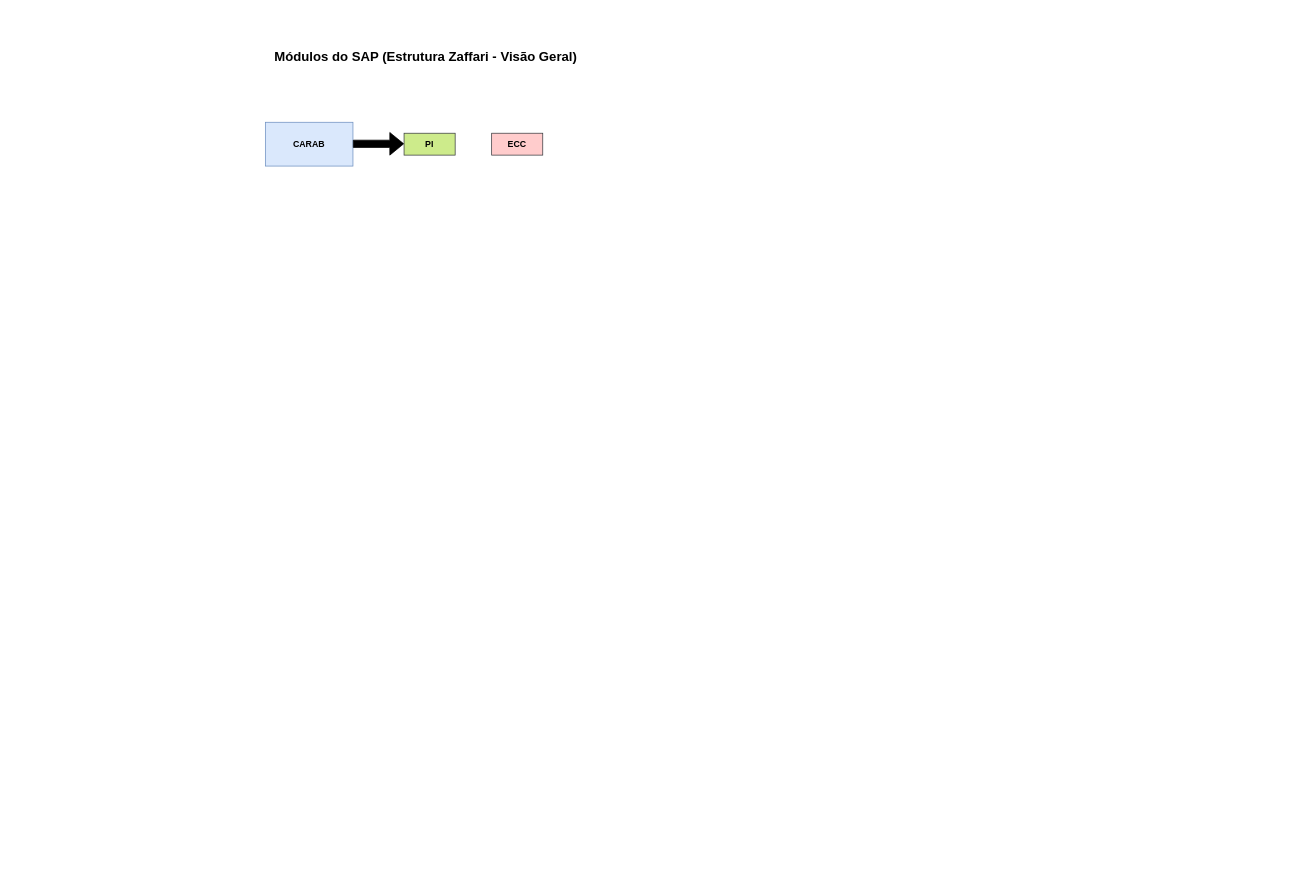
The draw.io diagram modulos_sap.drawio in cferrugem/drawio, before the edit. Source tidied: cells renumbered, new cells numbered last; positions are measured from the earlier drawing's top-left corner, leaving out a move shared by most shapes. Both pictures are drawn from the tidied source at 73%, with x=0, y=0 at pixel (265, 42).
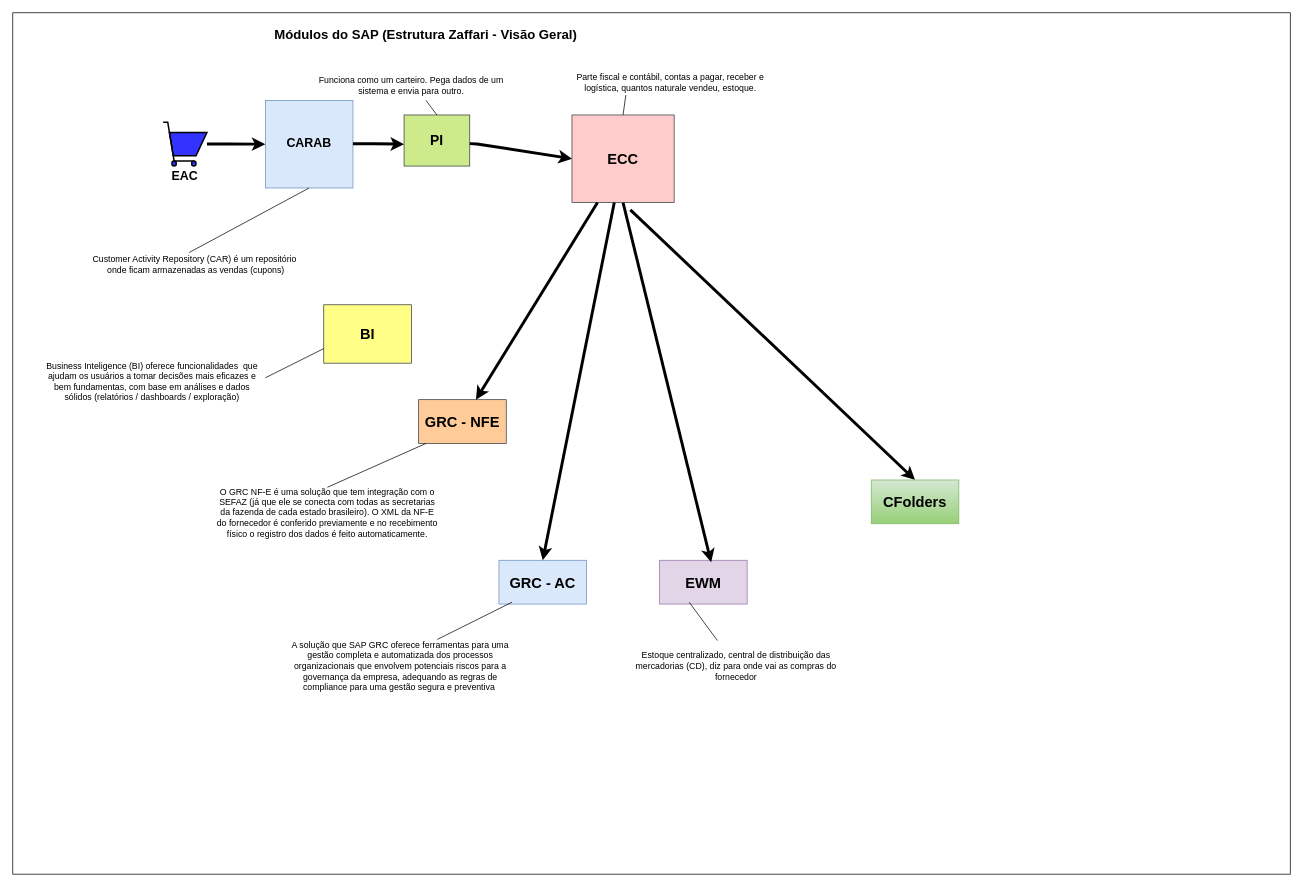
The same diagram, later.

Change to the diagram source:
```diff
@@
+    <mxCell id="7" style="rounded=0;whiteSpace=wrap;html=1;" parent="1" vertex="1">
+      <mxGeometry x="-346" y="-40" width="1750" height="1180" as="geometry" />
+    </mxCell>
     <mxCell id="2" value="Módulos do SAP (Estrutura Zaffari - Visão Geral)" style="text;html=1;align=center;verticalAlign=middle;whiteSpace=wrap;rounded=0;fontStyle=1;fontSize=18;" parent="1" vertex="1">
-      <mxGeometry x="10" width="420" height="40" as="geometry" />
+      <mxGeometry x="10" y="-30" width="420" height="40" as="geometry" />
     </mxCell>
-    <mxCell id="3" value="CARAB" style="rounded=0;whiteSpace=wrap;html=1;fillColor=#dae8fc;strokeColor=#6c8ebf;fontStyle=1;" parent="1" vertex="1">
-      <mxGeometry y="110" width="120" height="60" as="geometry" />
+    <mxCell id="3" value="CARAB" style="rounded=0;whiteSpace=wrap;html=1;fillColor=#dae8fc;strokeColor=#6c8ebf;fontStyle=1;fontSize=17;" parent="1" vertex="1">
+      <mxGeometry y="80" width="120" height="120" as="geometry" />
     </mxCell>
-    <mxCell id="4" style="shape=flexArrow;endArrow=classic;html=1;rounded=0;fontColor=#000000;labelBackgroundColor=#000000;fillColor=#000000;" parent="1" edge="1">
-      <mxGeometry relative="1" as="geometry">
-        <mxPoint x="120" y="139.5" as="sourcePoint" />
-        <mxPoint x="190" y="139.5" as="targetPoint" />
-      </mxGeometry>
-    </mxCell>
-    <mxCell id="5" value="&lt;b&gt;PI&lt;/b&gt;" style="rounded=0;whiteSpace=wrap;html=1;fillColor=#cdeb8b;strokeColor=#36393d;" parent="1" vertex="1">
-      <mxGeometry x="190" y="125" width="70" height="30" as="geometry" />
+    <mxCell id="5" value="&lt;b style=&quot;font-size: 19px;&quot;&gt;PI&lt;/b&gt;" style="rounded=0;whiteSpace=wrap;html=1;fillColor=#cdeb8b;strokeColor=#36393d;fontSize=19;" parent="1" vertex="1">
+      <mxGeometry x="190" y="100" width="90" height="70" as="geometry" />
     </mxCell>
-    <mxCell id="6" value="&lt;b&gt;ECC&lt;/b&gt;" style="rounded=0;whiteSpace=wrap;html=1;fillColor=#ffcccc;strokeColor=#36393d;" parent="1" vertex="1">
-      <mxGeometry x="310" y="125" width="70" height="30" as="geometry" />
+    <mxCell id="6" value="&lt;span style=&quot;font-size: 20px;&quot;&gt;ECC&lt;/span&gt;" style="rounded=0;whiteSpace=wrap;html=1;fillColor=#ffcccc;strokeColor=#36393d;fontStyle=1;fontSize=20;" parent="1" vertex="1">
+      <mxGeometry x="420" y="100" width="140" height="120" as="geometry" />
     </mxCell>
+    <mxCell id="8" style="html=1;verticalLabelPosition=bottom;align=center;labelBackgroundColor=#9AC7BF;verticalAlign=top;strokeWidth=2;strokeColor=#000000;shadow=0;dashed=0;shape=mxgraph.ios7.icons.shopping_cart;fillColor=#3333FF;" parent="1" vertex="1">
+      <mxGeometry x="-140" y="110" width="60" height="60" as="geometry" />
+    </mxCell>
+    <mxCell id="9" style="endArrow=classic;html=1;rounded=0;fontColor=#000000;labelBackgroundColor=#000000;fillColor=#000000;endWidth=13.11111111111111;strokeWidth=4;entryX=0;entryY=0.5;entryDx=0;entryDy=0;" parent="1" edge="1" target="3">
+      <mxGeometry relative="1" as="geometry">
+        <mxPoint x="-80" y="139.8" as="sourcePoint" />
+        <Array as="points">
+          <mxPoint x="-50" y="139.8" />
+        </Array>
+      </mxGeometry>
+    </mxCell>
+    <mxCell id="10" value="EAC" style="text;html=1;align=center;verticalAlign=middle;whiteSpace=wrap;rounded=0;fontStyle=1;fontSize=17;" parent="1" vertex="1">
+      <mxGeometry x="-140" y="170" width="60" height="30" as="geometry" />
+    </mxCell>
+    <mxCell id="11" style="endArrow=classic;html=1;rounded=0;fontColor=#000000;labelBackgroundColor=#000000;fillColor=#000000;endWidth=13.11111111111111;strokeWidth=4;" parent="1" edge="1">
+      <mxGeometry relative="1" as="geometry">
+        <mxPoint x="120" y="139.5" as="sourcePoint" />
+        <mxPoint x="190" y="140" as="targetPoint" />
+        <Array as="points">
+          <mxPoint x="150" y="139.5" />
+        </Array>
+      </mxGeometry>
+    </mxCell>
+    <mxCell id="12" style="endArrow=classic;html=1;rounded=0;fontColor=#000000;labelBackgroundColor=#000000;fillColor=#000000;endWidth=13.11111111111111;strokeWidth=4;entryX=0;entryY=0.5;entryDx=0;entryDy=0;exitX=1.001;exitY=0.561;exitDx=0;exitDy=0;exitPerimeter=0;" parent="1" edge="1" source="5" target="6">
+      <mxGeometry relative="1" as="geometry">
+        <Array as="points">
+          <mxPoint x="290" y="139.7" />
+        </Array>
+      </mxGeometry>
+    </mxCell>
+    <mxCell id="13" style="endArrow=none;html=1;rounded=0;exitX=0.5;exitY=0;exitDx=0;exitDy=0;" parent="1" edge="1" source="5">
+      <mxGeometry relative="1" as="geometry">
+        <mxPoint x="220" y="80" as="targetPoint" />
+      </mxGeometry>
+    </mxCell>
+    <mxCell id="14" value="Funciona como um carteiro. Pega dados de um sistema e envia para outro." style="text;html=1;align=center;verticalAlign=middle;whiteSpace=wrap;rounded=0;" parent="1" vertex="1">
+      <mxGeometry x="70" y="40" width="260" height="40" as="geometry" />
+    </mxCell>
+    <mxCell id="15" value="Customer Activity Repository (CAR) é um repositório&amp;nbsp; onde ficam armazenadas as vendas (cupons)" style="text;html=1;align=center;verticalAlign=middle;whiteSpace=wrap;rounded=0;" parent="1" vertex="1">
+      <mxGeometry x="-240" y="290" width="290" height="30" as="geometry" />
+    </mxCell>
+    <mxCell id="16" style="endArrow=none;html=1;rounded=0;entryX=0.5;entryY=1;entryDx=0;entryDy=0;exitX=0.468;exitY=-0.054;exitDx=0;exitDy=0;exitPerimeter=0;" parent="1" edge="1" source="15" target="3">
+      <mxGeometry relative="1" as="geometry" />
+    </mxCell>
+    <mxCell id="17" value="Parte fiscal e contábil, contas a pagar, receber e logística, quantos naturale vendeu, estoque." style="text;html=1;align=center;verticalAlign=middle;whiteSpace=wrap;rounded=0;" parent="1" vertex="1">
+      <mxGeometry x="410" y="40" width="290" height="30" as="geometry" />
+    </mxCell>
+    <mxCell id="18" style="endArrow=none;html=1;rounded=0;exitX=0.289;exitY=1.09;exitDx=0;exitDy=0;exitPerimeter=0;entryX=0.5;entryY=0;entryDx=0;entryDy=0;" parent="1" edge="1" source="17" target="6">
+      <mxGeometry relative="1" as="geometry" />
+    </mxCell>
+    <mxCell id="19" value="BI" style="rounded=0;whiteSpace=wrap;html=1;fillColor=#ffff88;strokeColor=#36393d;fontStyle=1;fontSize=20;" parent="1" vertex="1">
+      <mxGeometry x="80" y="360" width="120" height="80" as="geometry" />
+    </mxCell>
+    <mxCell id="20" style="endArrow=none;html=1;rounded=0;entryX=0;entryY=0.75;entryDx=0;entryDy=0;" parent="1" edge="1" target="19">
+      <mxGeometry relative="1" as="geometry">
+        <mxPoint y="460" as="sourcePoint" />
+      </mxGeometry>
+    </mxCell>
+    <mxCell id="21" value="Business Inteligence (BI) oferece funcionalidades&amp;nbsp; que ajudam os usuários a tomar decisões mais eficazes e bem fundamentas, com base em análises e dados sólidos (relatórios / dashboards / exploração)" style="text;html=1;align=center;verticalAlign=middle;whiteSpace=wrap;rounded=0;" parent="1" vertex="1">
+      <mxGeometry x="-310" y="430" width="310" height="70" as="geometry" />
+    </mxCell>
+    <mxCell id="22" value="GRC - NFE" style="rounded=0;whiteSpace=wrap;html=1;fillColor=#ffcc99;strokeColor=#36393d;fontStyle=1;fontSize=20;" parent="1" vertex="1">
+      <mxGeometry x="210" y="490" width="120" height="60" as="geometry" />
+    </mxCell>
+    <mxCell id="23" value="O GRC NF-E é uma solução que tem integração com o SEFAZ (já que ele se conecta com todas as secretarias da fazenda de cada estado brasileiro). O XML da NF-E do fornecedor é conferido previamente e no recebimento físico o registro dos dados é feito automaticamente." style="text;html=1;align=center;verticalAlign=middle;whiteSpace=wrap;rounded=0;" parent="1" vertex="1">
+      <mxGeometry x="-70" y="610" width="310" height="70" as="geometry" />
+    </mxCell>
+    <mxCell id="24" style="endArrow=none;html=1;rounded=0;entryX=0.083;entryY=1;entryDx=0;entryDy=0;exitX=0.5;exitY=0;exitDx=0;exitDy=0;entryPerimeter=0;" parent="1" edge="1" source="23" target="22">
+      <mxGeometry relative="1" as="geometry" />
+    </mxCell>
+    <mxCell id="25" value="GRC - AC" style="rounded=0;whiteSpace=wrap;html=1;fillColor=#dae8fc;strokeColor=#6c8ebf;fontStyle=1;fontSize=20;" parent="1" vertex="1">
+      <mxGeometry x="320" y="710" width="120" height="60" as="geometry" />
+    </mxCell>
+    <mxCell id="26" value="A solução que SAP GRC oferece ferramentas para uma gestão completa e automatizada dos processos organizacionais que envolvem potenciais riscos para a governança da empresa, adequando as regras de compliance para uma gestão segura e preventiva&amp;nbsp;" style="text;html=1;align=center;verticalAlign=middle;whiteSpace=wrap;rounded=0;" parent="1" vertex="1">
+      <mxGeometry x="30" y="820" width="310" height="70" as="geometry" />
+    </mxCell>
+    <mxCell id="27" style="endArrow=none;html=1;rounded=0;entryX=0.15;entryY=0.956;entryDx=0;entryDy=0;entryPerimeter=0;exitX=0.663;exitY=-0.022;exitDx=0;exitDy=0;exitPerimeter=0;" parent="1" edge="1" source="26" target="25">
+      <mxGeometry relative="1" as="geometry" />
+    </mxCell>
+    <mxCell id="28" style="endArrow=classic;html=1;rounded=0;fontColor=#000000;labelBackgroundColor=#000000;fillColor=#000000;endWidth=13.11111111111111;strokeWidth=4;exitX=0.25;exitY=1;exitDx=0;exitDy=0;" parent="1" edge="1" source="6" target="22">
+      <mxGeometry relative="1" as="geometry" />
+    </mxCell>
+    <mxCell id="29" style="endArrow=classic;html=1;rounded=0;fontColor=#000000;labelBackgroundColor=#000000;fillColor=#000000;endWidth=13.11111111111111;strokeWidth=4;entryX=0.5;entryY=0;entryDx=0;entryDy=0;" parent="1" edge="1" source="6" target="25">
+      <mxGeometry relative="1" as="geometry" />
+    </mxCell>
+    <mxCell id="30" value="EWM" style="rounded=0;whiteSpace=wrap;html=1;fillColor=#e1d5e7;strokeColor=#9673a6;fontStyle=1;fontSize=20;" parent="1" vertex="1">
+      <mxGeometry x="540" y="710" width="120" height="60" as="geometry" />
+    </mxCell>
+    <mxCell id="31" style="edgeStyle=orthogonalEdgeStyle;rounded=0;orthogonalLoop=1;jettySize=auto;html=1;exitX=0.5;exitY=1;exitDx=0;exitDy=0;" parent="1" edge="1" source="25" target="25">
+      <mxGeometry relative="1" as="geometry" />
+    </mxCell>
+    <mxCell id="32" style="endArrow=classic;html=1;rounded=0;fontColor=#000000;labelBackgroundColor=#000000;fillColor=#000000;endWidth=13.11111111111111;strokeWidth=4;entryX=0.589;entryY=0.046;entryDx=0;entryDy=0;entryPerimeter=0;exitX=0.5;exitY=1;exitDx=0;exitDy=0;" parent="1" edge="1" source="6" target="30">
+      <mxGeometry relative="1" as="geometry" />
+    </mxCell>
+    <mxCell id="33" value="Estoque centralizado, central de distribuição das mercadorias (CD), diz para onde vai as compras do fornecedor" style="text;html=1;align=center;verticalAlign=middle;whiteSpace=wrap;rounded=0;" parent="1" vertex="1">
+      <mxGeometry x="490" y="820" width="310" height="70" as="geometry" />
+    </mxCell>
+    <mxCell id="34" style="endArrow=none;html=1;rounded=0;entryX=0.338;entryY=0.957;entryDx=0;entryDy=0;entryPerimeter=0;" parent="1" edge="1" source="33" target="30">
+      <mxGeometry relative="1" as="geometry" />
+    </mxCell>
+    <mxCell id="35" style="endArrow=classic;html=1;rounded=0;fontColor=#000000;labelBackgroundColor=#000000;fillColor=#000000;endWidth=13.11111111111111;strokeWidth=4;exitX=0.5;exitY=1;exitDx=0;exitDy=0;entryX=0.5;entryY=0;entryDx=0;entryDy=0;" parent="1" edge="1" target="36">
+      <mxGeometry relative="1" as="geometry">
+        <mxPoint x="500" y="230" as="sourcePoint" />
+      </mxGeometry>
+    </mxCell>
+    <mxCell id="36" value="CFolders" style="rounded=0;whiteSpace=wrap;html=1;fillColor=#d5e8d4;strokeColor=#82b366;fontStyle=1;fontSize=20;gradientColor=#97d077;" parent="1" vertex="1">
+      <mxGeometry x="830" y="600" width="120" height="60" as="geometry" />
+    </mxCell>
```
